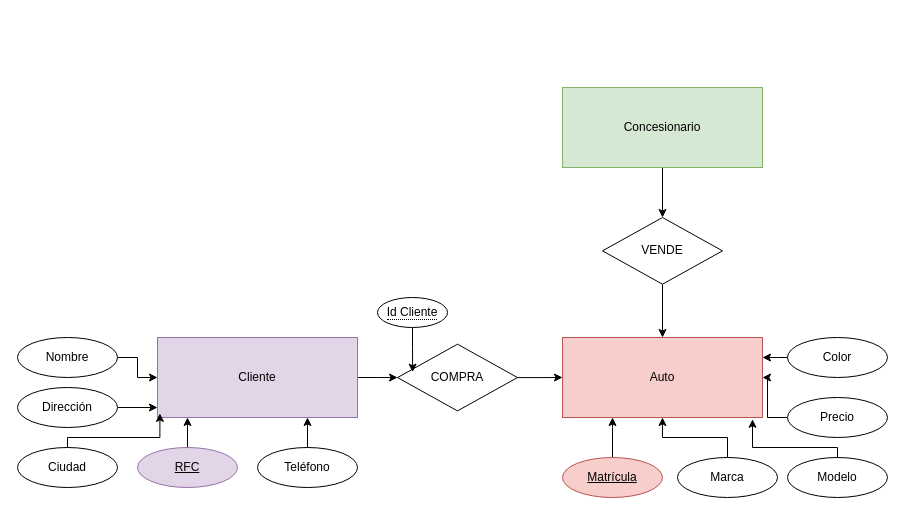
This is Ejercicio2.drawio from Libelulapop/Base-de-Datos, a draw.io file, before an edit. Source tidied: cells renumbered, new cells numbered last; positions are measured from the earlier drawing's top-left corner, leaving out a move shared by most shapes. Both pictures are drawn from the tidied source at 100%, with x=0, y=0 at pixel (17, 87).
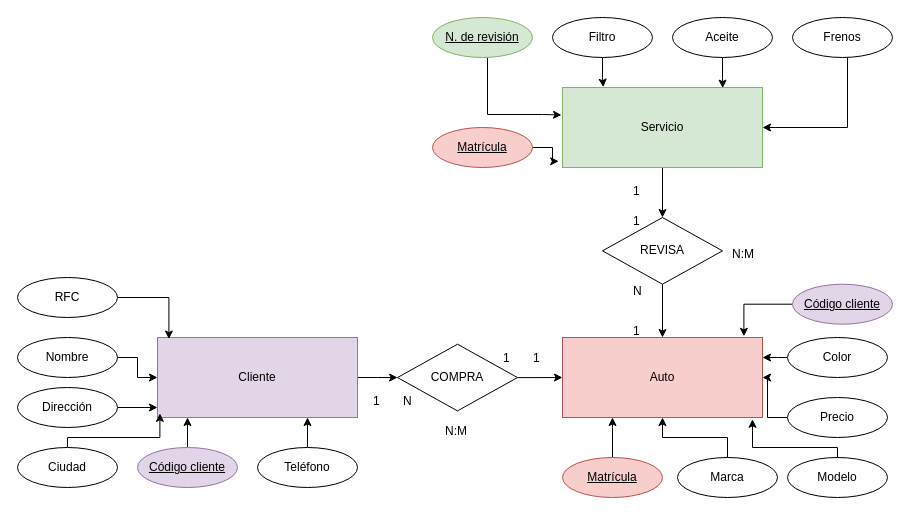
Above is the later version.

Unchanged cells that the change refers to:
```xml
<mxCell id="2" value="Auto" style="whiteSpace=wrap;html=1;align=center;fillColor=#f8cecc;strokeColor=#b85450;" parent="1" vertex="1">
  <mxGeometry x="545" y="250" width="200" height="80" as="geometry" />
</mxCell>
<mxCell id="4" value="Cliente" style="whiteSpace=wrap;html=1;align=center;fillColor=#e1d5e7;strokeColor=#9673a6;" parent="1" vertex="1">
  <mxGeometry x="140" y="250" width="200" height="80" as="geometry" />
</mxCell>
<mxCell id="8" value="COMPRA" style="shape=rhombus;perimeter=rhombusPerimeter;whiteSpace=wrap;html=1;align=center;" parent="1" vertex="1">
  <mxGeometry x="380" y="256.7" width="120" height="66.7" as="geometry" />
</mxCell>
```

The edit, as a diff of the source:
```diff
@@
-    <mxCell id="6" value="Concesionario" style="whiteSpace=wrap;html=1;align=center;fillColor=#d5e8d4;strokeColor=#82b366;" parent="1" vertex="1">
+    <mxCell id="6" value="Servicio" style="whiteSpace=wrap;html=1;align=center;fillColor=#d5e8d4;strokeColor=#82b366;" parent="1" vertex="1">
       <mxGeometry x="545" width="200" height="80" as="geometry" />
     </mxCell>
@@
-    <mxCell id="10" value="VENDE" style="shape=rhombus;perimeter=rhombusPerimeter;whiteSpace=wrap;html=1;align=center;" parent="1" vertex="1">
+    <mxCell id="10" value="REVISA" style="shape=rhombus;perimeter=rhombusPerimeter;whiteSpace=wrap;html=1;align=center;" parent="1" vertex="1">
       <mxGeometry x="585" y="130" width="120" height="66.7" as="geometry" />
     </mxCell>
@@
-    <mxCell id="30" value="RFC" style="ellipse;whiteSpace=wrap;html=1;align=center;fontStyle=4;fillColor=#e1d5e7;strokeColor=#9673a6;" parent="1" vertex="1">
+    <mxCell id="30" value="Código cliente" style="ellipse;whiteSpace=wrap;html=1;align=center;fontStyle=4;fillColor=#e1d5e7;strokeColor=#9673a6;" parent="1" vertex="1">
       <mxGeometry x="120" y="360" width="100" height="40" as="geometry" />
     </mxCell>
-    <mxCell id="31" style="edgeStyle=orthogonalEdgeStyle;rounded=0;jettySize=auto;html=1;entryX=0.126;entryY=0.419;entryDx=0;entryDy=0;entryPerimeter=0;" parent="1" edge="1" source="32" target="8">
-      <mxGeometry relative="1" as="geometry" />
-    </mxCell>
-    <mxCell id="32" value="&lt;span style=&quot;border-bottom: 1px dotted&quot;&gt;Id Cliente&lt;/span&gt;" style="ellipse;whiteSpace=wrap;html=1;align=center;" parent="1" vertex="1">
-      <mxGeometry x="360" y="210" width="70" height="30" as="geometry" />
-    </mxCell>
+    <mxCell id="33" value="1" style="text;strokeColor=none;fillColor=none;spacingLeft=4;spacingRight=4;overflow=hidden;fontSize=12;whiteSpace=wrap;html=1;" parent="1" vertex="1">
+      <mxGeometry x="350" y="300" width="20" height="20" as="geometry" />
+    </mxCell>
+    <mxCell id="34" value="N" style="text;strokeColor=none;fillColor=none;spacingLeft=4;spacingRight=4;overflow=hidden;fontSize=12;whiteSpace=wrap;html=1;" parent="1" vertex="1">
+      <mxGeometry x="380" y="300" width="20" height="20" as="geometry" />
+    </mxCell>
+    <mxCell id="35" value="N:M" style="text;strokeColor=none;fillColor=none;spacingLeft=4;spacingRight=4;overflow=hidden;fontSize=12;whiteSpace=wrap;html=1;" parent="1" vertex="1">
+      <mxGeometry x="422" y="330" width="36" height="20" as="geometry" />
+    </mxCell>
+    <mxCell id="36" value="1" style="text;strokeColor=none;fillColor=none;spacingLeft=4;spacingRight=4;overflow=hidden;fontSize=12;whiteSpace=wrap;html=1;" parent="1" vertex="1">
+      <mxGeometry x="510" y="256.7" width="20" height="20" as="geometry" />
+    </mxCell>
+    <mxCell id="37" value="1" style="text;strokeColor=none;fillColor=none;spacingLeft=4;spacingRight=4;overflow=hidden;fontSize=12;whiteSpace=wrap;html=1;" parent="1" vertex="1">
+      <mxGeometry x="480" y="256.7" width="20" height="20" as="geometry" />
+    </mxCell>
+    <mxCell id="38" style="edgeStyle=orthogonalEdgeStyle;rounded=0;jettySize=auto;html=1;entryX=0.204;entryY=-0.004;entryDx=0;entryDy=0;entryPerimeter=0;" parent="1" edge="1" source="39" target="6">
+      <mxGeometry relative="1" as="geometry" />
+    </mxCell>
+    <mxCell id="39" value="Filtro" style="ellipse;whiteSpace=wrap;html=1;align=center;" parent="1" vertex="1">
+      <mxGeometry x="535" y="-70" width="100" height="40" as="geometry" />
+    </mxCell>
+    <mxCell id="40" style="edgeStyle=orthogonalEdgeStyle;rounded=0;jettySize=auto;html=1;entryX=0.801;entryY=0.008;entryDx=0;entryDy=0;entryPerimeter=0;" parent="1" edge="1" source="41" target="6">
+      <mxGeometry relative="1" as="geometry" />
+    </mxCell>
+    <mxCell id="41" value="Aceite" style="ellipse;whiteSpace=wrap;html=1;align=center;" parent="1" vertex="1">
+      <mxGeometry x="655" y="-70" width="100" height="40" as="geometry" />
+    </mxCell>
+    <mxCell id="42" style="edgeStyle=orthogonalEdgeStyle;rounded=0;jettySize=auto;html=1;entryX=1;entryY=0.5;entryDx=0;entryDy=0;" parent="1" edge="1" source="43" target="6">
+      <mxGeometry relative="1" as="geometry">
+        <Array as="points">
+          <mxPoint x="830" y="40" />
+        </Array>
+      </mxGeometry>
+    </mxCell>
+    <mxCell id="43" value="Frenos" style="ellipse;whiteSpace=wrap;html=1;align=center;" parent="1" vertex="1">
+      <mxGeometry x="775" y="-70" width="100" height="40" as="geometry" />
+    </mxCell>
+    <mxCell id="44" style="edgeStyle=orthogonalEdgeStyle;rounded=0;jettySize=auto;html=1;entryX=-0.005;entryY=0.343;entryDx=0;entryDy=0;entryPerimeter=0;" parent="1" edge="1" source="45" target="6">
+      <mxGeometry relative="1" as="geometry">
+        <Array as="points">
+          <mxPoint x="470" y="27" />
+          <mxPoint x="525" y="27" />
+        </Array>
+      </mxGeometry>
+    </mxCell>
+    <mxCell id="45" value="N. de revisión" style="ellipse;whiteSpace=wrap;html=1;align=center;fontStyle=4;fillColor=#d5e8d4;strokeColor=#82b366;" parent="1" vertex="1">
+      <mxGeometry x="415" y="-70" width="100" height="40" as="geometry" />
+    </mxCell>
+    <mxCell id="46" value="1" style="text;strokeColor=none;fillColor=none;spacingLeft=4;spacingRight=4;overflow=hidden;fontSize=12;whiteSpace=wrap;html=1;" parent="1" vertex="1">
+      <mxGeometry x="610" y="230" width="20" height="20" as="geometry" />
+    </mxCell>
+    <mxCell id="47" value="N" style="text;strokeColor=none;fillColor=none;spacingLeft=4;spacingRight=4;overflow=hidden;fontSize=12;whiteSpace=wrap;html=1;" parent="1" vertex="1">
+      <mxGeometry x="610" y="190" width="20" height="20" as="geometry" />
+    </mxCell>
+    <mxCell id="48" value="1" style="text;strokeColor=none;fillColor=none;spacingLeft=4;spacingRight=4;overflow=hidden;fontSize=12;whiteSpace=wrap;html=1;" parent="1" vertex="1">
+      <mxGeometry x="610" y="90" width="30" height="20" as="geometry" />
+    </mxCell>
+    <mxCell id="49" value="1" style="text;strokeColor=none;fillColor=none;spacingLeft=4;spacingRight=4;overflow=hidden;fontSize=12;whiteSpace=wrap;html=1;" parent="1" vertex="1">
+      <mxGeometry x="610" y="120" width="20" height="20" as="geometry" />
+    </mxCell>
+    <mxCell id="50" value="N:M" style="text;strokeColor=none;fillColor=none;spacingLeft=4;spacingRight=4;overflow=hidden;fontSize=12;whiteSpace=wrap;html=1;" parent="1" vertex="1">
+      <mxGeometry x="709" y="153.3" width="36" height="20" as="geometry" />
+    </mxCell>
+    <mxCell id="51" style="edgeStyle=orthogonalEdgeStyle;rounded=0;jettySize=auto;html=1;entryX=0.057;entryY=0.019;entryDx=0;entryDy=0;entryPerimeter=0;" parent="1" edge="1" source="52" target="4">
+      <mxGeometry relative="1" as="geometry" />
+    </mxCell>
+    <mxCell id="52" value="RFC" style="ellipse;whiteSpace=wrap;html=1;align=center;" parent="1" vertex="1">
+      <mxGeometry y="190" width="100" height="40" as="geometry" />
+    </mxCell>
+    <mxCell id="53" style="edgeStyle=orthogonalEdgeStyle;rounded=0;jettySize=auto;html=1;entryX=0.907;entryY=-0.015;entryDx=0;entryDy=0;entryPerimeter=0;" parent="1" edge="1" source="54" target="2">
+      <mxGeometry relative="1" as="geometry" />
+    </mxCell>
+    <mxCell id="54" value="Código cliente" style="ellipse;whiteSpace=wrap;html=1;align=center;fontStyle=4;fillColor=#e1d5e7;strokeColor=#9673a6;" parent="1" vertex="1">
+      <mxGeometry x="775" y="196.7" width="100" height="40" as="geometry" />
+    </mxCell>
+    <mxCell id="55" style="edgeStyle=orthogonalEdgeStyle;rounded=0;jettySize=auto;html=1;entryX=-0.019;entryY=0.922;entryDx=0;entryDy=0;entryPerimeter=0;" parent="1" edge="1" source="56" target="6">
+      <mxGeometry relative="1" as="geometry" />
+    </mxCell>
+    <mxCell id="56" value="Matrícula" style="ellipse;whiteSpace=wrap;html=1;align=center;fontStyle=4;fillColor=#f8cecc;strokeColor=#b85450;" parent="1" vertex="1">
+      <mxGeometry x="415" y="40" width="100" height="40" as="geometry" />
+    </mxCell>
```
